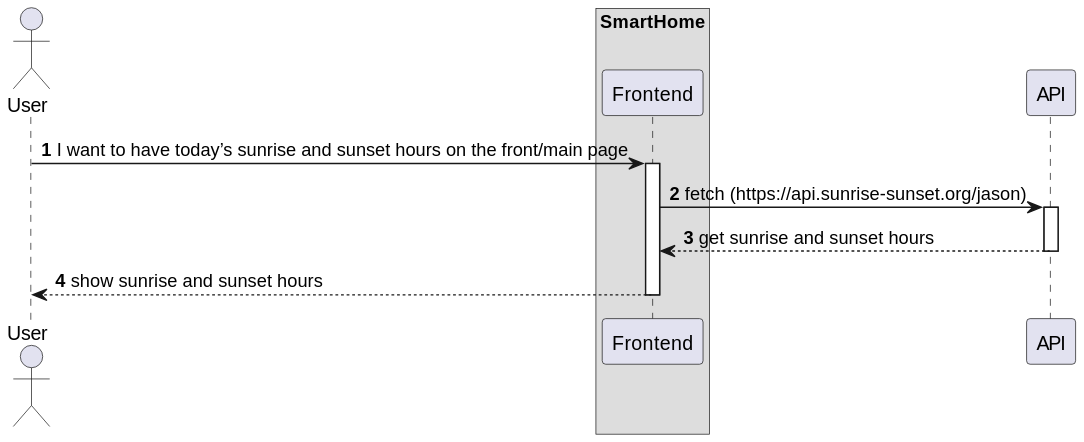
Before: docs/C4_4plus1_models/Level2/ProcessView/ProcessViewLevel2_UC17_v1.svg, a diagram exported from PlantUML (moutajDev/smarthome).
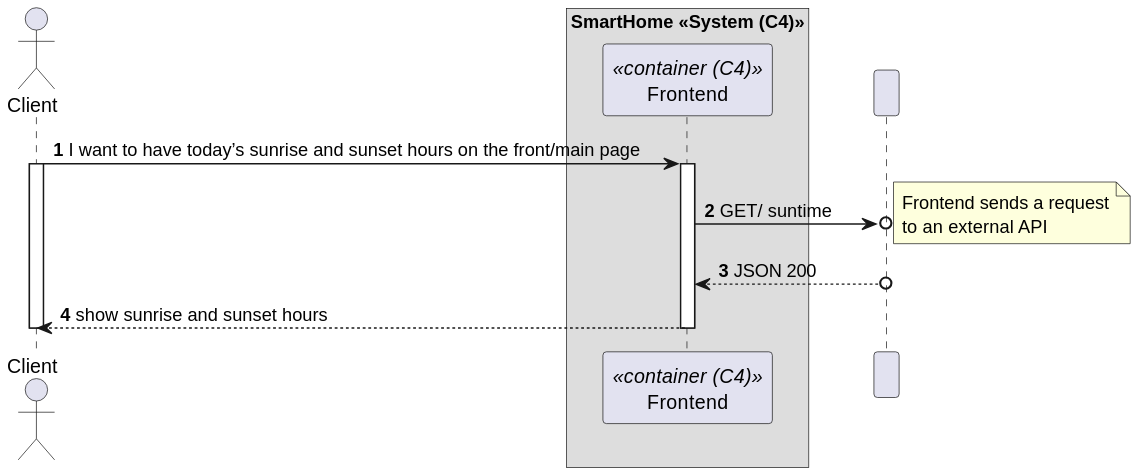
After the commit.

The edit, as a diff of the source:
```diff
@@ -2,20 +2,28 @@
 !pragma layout smetana
 
 autonumber
-actor "User" as User
+actor "Client" as User
+box "SmartHome <<System (C4)>>"
+    participant "Frontend" as FE<<container (C4)>>
+end box
+    participant " " as API
 
-box "SmartHome"
-    participant Frontend as FE
-end box
 
 User -> FE : I want to have today’s sunrise and sunset hours on the front/main page
 activate FE
+activate User
 
-FE -> API : fetch (https://api.sunrise-sunset.org/jason)
-activate API
-API --> FE : get sunrise and sunset hours
-deactivate API
+FE ->o API : GET/ suntime
+note right
+Frontend sends a request
+to an external API
+end note
+
+
+API o--> FE : JSON 200
+
 
 FE --> User : show sunrise and sunset hours
 deactivate FE
+deactivate User
 @enduml
```
